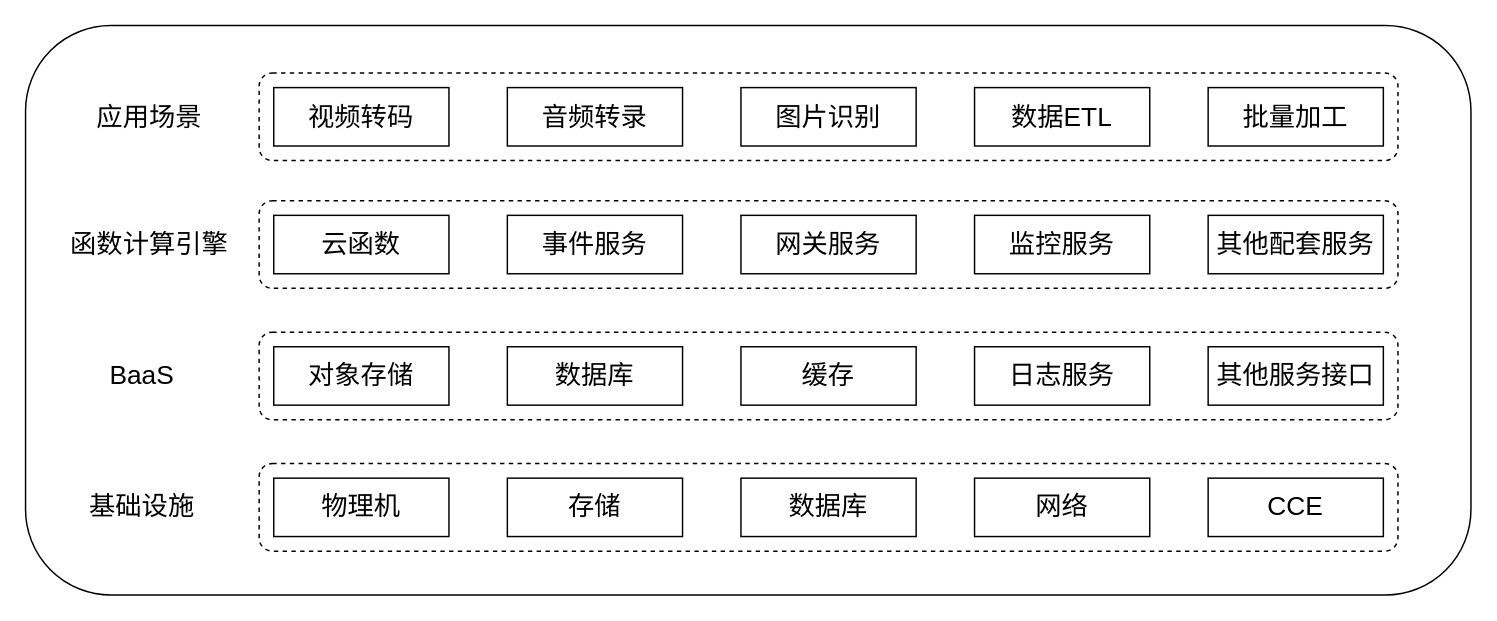
Earlier version of the draw.io diagram 函数计算架构.drawio (punnpkin/new). Source tidied: cells renumbered, new cells numbered last; positions are measured from the earlier drawing's top-left corner, leaving out a move shared by most shapes. Both pictures are drawn from the tidied source at 146%, with x=0, y=0 at pixel (25, 25).
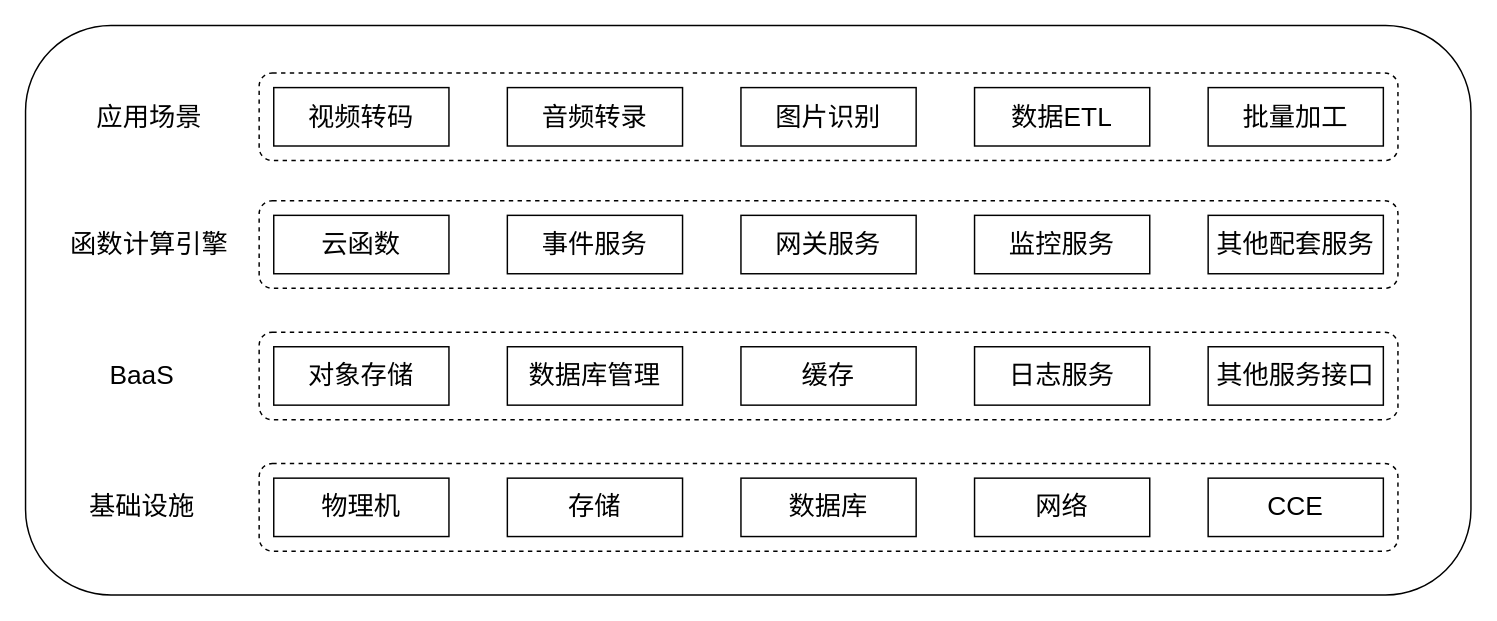
After the change.

Commit message:
更新函数计算架构.drawio

Diff of the diagram source:
```diff
@@
-    <mxCell id="7" value="数据库" style="rounded=0;whiteSpace=wrap;html=1;fontSize=18;" parent="1" vertex="1">
+    <mxCell id="7" value="数据库管理" style="rounded=0;whiteSpace=wrap;html=1;fontSize=18;" parent="1" vertex="1">
       <mxGeometry x="330" y="220" width="120" height="40" as="geometry" />
     </mxCell>
```
